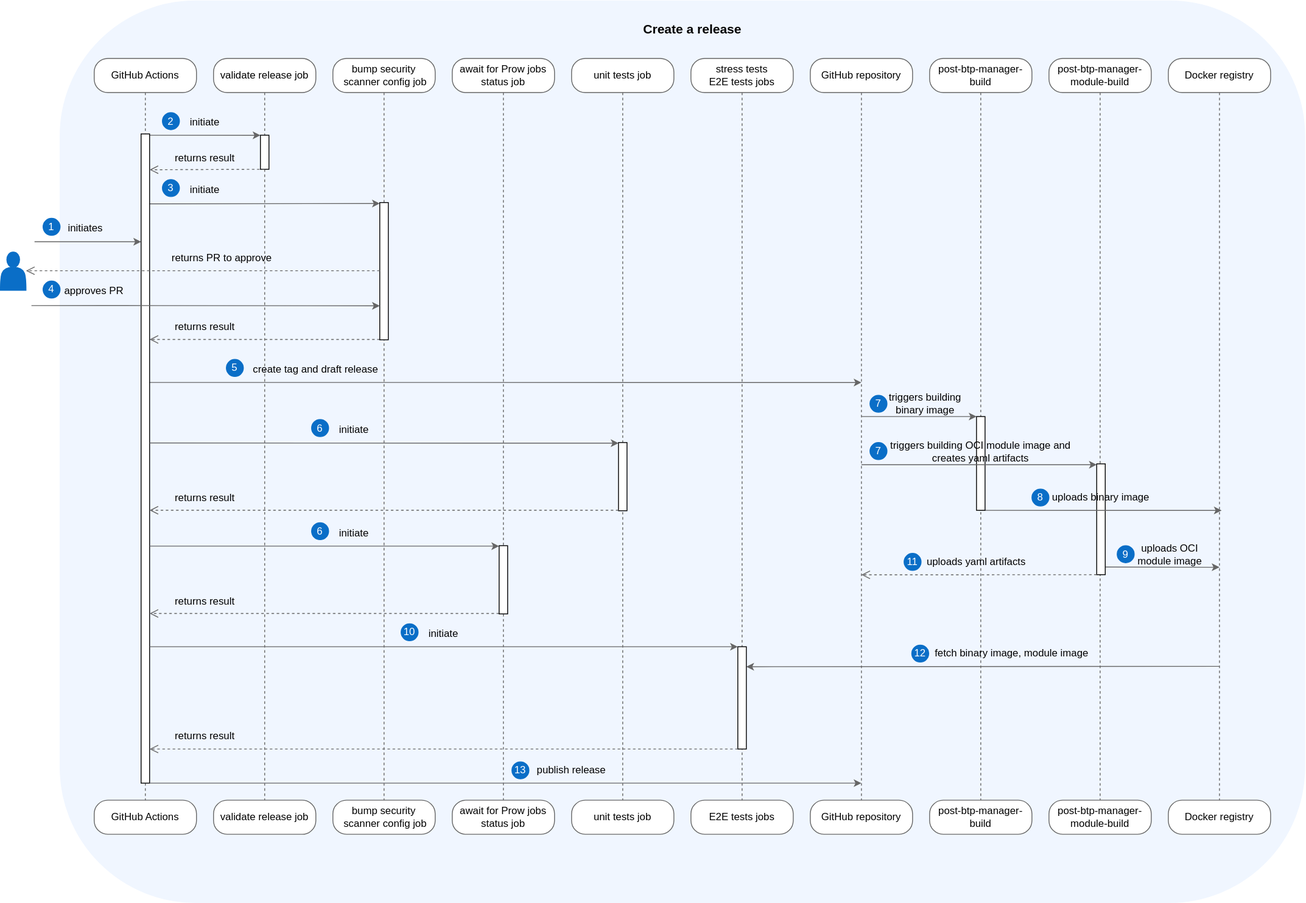
This is docs/assets/release.svg from kyma-project/btp-manager, a draw.io export, as it was before one commit. Source tidied: cells renumbered, new cells last; positions are measured from the earlier drawing's top-left corner, leaving out a move shared by most shapes.
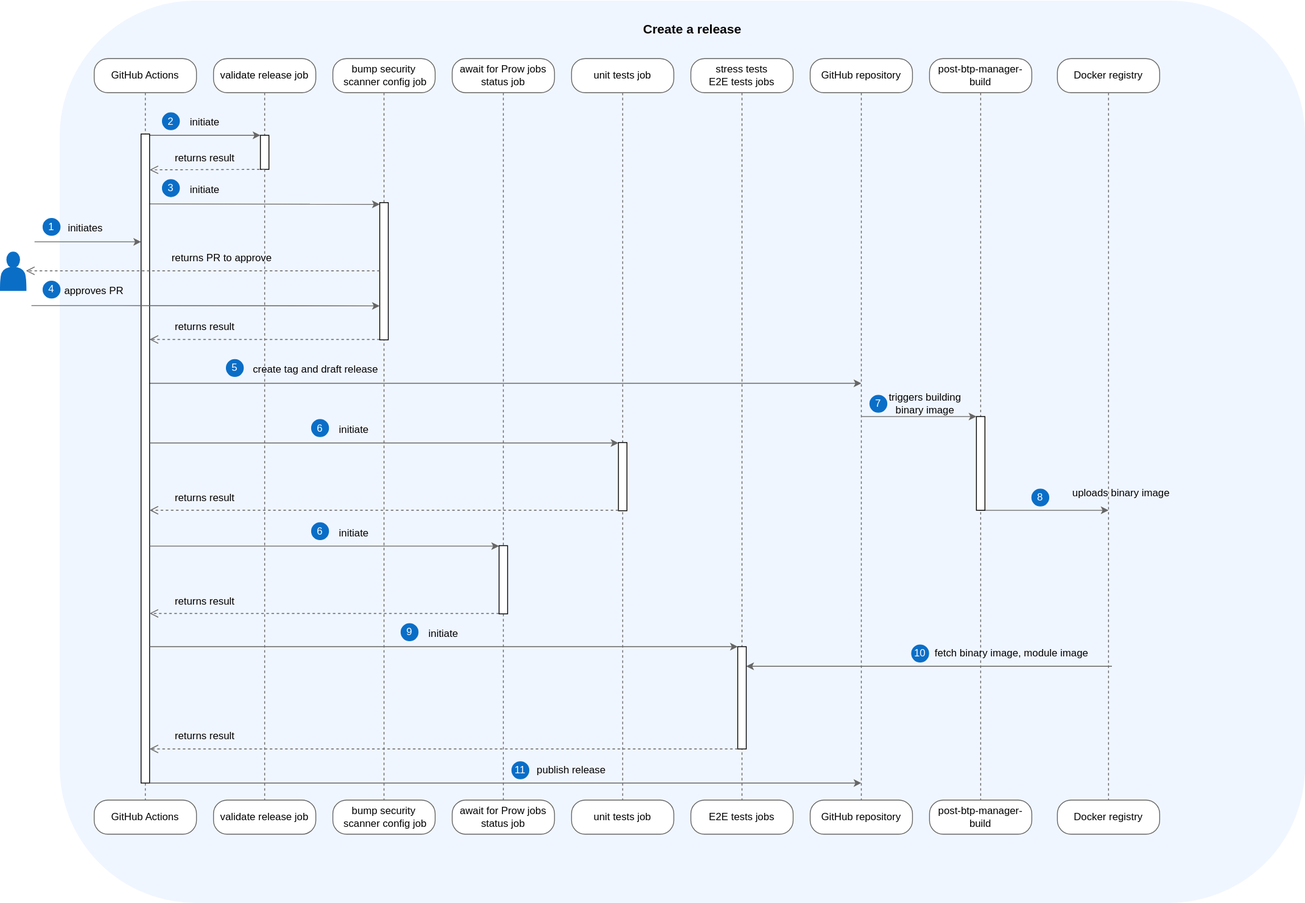
The same diagram one commit later.

What changed in the source:
```diff
@@ -8,18 +8,6 @@
     <mxCell id="3" style="edgeStyle=orthogonalEdgeStyle;html=1;verticalAlign=bottom;endArrow=none;endSize=8;strokeColor=#666666;rounded=1;endFill=0;dashed=1;entryX=0.5;entryY=0;entryDx=0;entryDy=0;" parent="1" edge="1" source="10" target="11">
       <mxGeometry relative="1" as="geometry" />
     </mxCell>
-    <mxCell id="4" style="edgeStyle=orthogonalEdgeStyle;html=1;verticalAlign=bottom;endArrow=none;endSize=8;strokeColor=#666666;rounded=1;entryX=0.5;entryY=0;entryDx=0;entryDy=0;endFill=0;dashed=1;" parent="1" edge="1" source="20" target="21">
-      <mxGeometry relative="1" as="geometry" />
-    </mxCell>
-    <mxCell id="5" style="edgeStyle=elbowEdgeStyle;rounded=1;orthogonalLoop=1;jettySize=auto;html=1;elbow=vertical;strokeColor=#666666;" parent="1" edge="1">
-      <mxGeometry relative="1" as="geometry">
-        <mxPoint x="1296" y="664.5" as="sourcePoint" />
-        <mxPoint x="1430" y="664.5" as="targetPoint" />
-      </mxGeometry>
-    </mxCell>
-    <mxCell id="6" style="html=1;perimeter=orthogonalPerimeter;targetShapes=umlLifeline;newEdgeStyle={&quot;edgeStyle&quot;:&quot;elbowEdgeStyle&quot;,&quot;elbow&quot;:&quot;vertical&quot;,&quot;curved&quot;:0,&quot;rounded&quot;:0};" parent="1" vertex="1">
-      <mxGeometry x="1286" y="543.5" width="10" height="130" as="geometry" />
-    </mxCell>
     <mxCell id="7" style="shape=actor;whiteSpace=wrap;html=1;fillColor=#0a6ec7;strokeColor=#0a6ec7;" parent="1" vertex="1">
       <mxGeometry y="295" width="30" height="45" as="geometry" />
     </mxCell>
@@ -59,17 +47,11 @@
     <mxCell id="19" value="post-btp-manager-build" style="rounded=1;whiteSpace=wrap;html=1;arcSize=40;fontColor=#000000;fillColor=#FFFFFF;strokeColor=#666666;" parent="1" vertex="1">
       <mxGeometry x="1090" y="938" width="120" height="40" as="geometry" />
     </mxCell>
-    <mxCell id="20" value="post-btp-manager-module-build" style="rounded=1;whiteSpace=wrap;html=1;arcSize=40;fontColor=#000000;fillColor=#FFFFFF;strokeColor=#666666;" parent="1" vertex="1">
-      <mxGeometry x="1230" y="68" width="120" height="40" as="geometry" />
-    </mxCell>
-    <mxCell id="21" value="post-btp-manager-module-build" style="rounded=1;whiteSpace=wrap;html=1;arcSize=40;fontColor=#000000;fillColor=#FFFFFF;strokeColor=#666666;" parent="1" vertex="1">
-      <mxGeometry x="1230" y="938" width="120" height="40" as="geometry" />
-    </mxCell>
     <mxCell id="22" value="Docker registry" style="rounded=1;whiteSpace=wrap;html=1;arcSize=40;fontColor=#000000;fillColor=#FFFFFF;strokeColor=#666666;" parent="1" vertex="1">
-      <mxGeometry x="1370" y="68" width="120" height="40" as="geometry" />
+      <mxGeometry x="1240" y="68" width="120" height="40" as="geometry" />
     </mxCell>
     <mxCell id="23" value="Docker registry" style="rounded=1;whiteSpace=wrap;html=1;arcSize=40;fontColor=#000000;fillColor=#FFFFFF;strokeColor=#666666;" parent="1" vertex="1">
-      <mxGeometry x="1370" y="938" width="120" height="40" as="geometry" />
+      <mxGeometry x="1240" y="938" width="120" height="40" as="geometry" />
     </mxCell>
     <mxCell id="24" style="edgeStyle=elbowEdgeStyle;rounded=1;jettySize=auto;html=1;elbow=vertical;strokeColor=#666666;" parent="1" edge="1" target="55">
       <mxGeometry relative="1" as="geometry">
@@ -97,7 +79,7 @@
     <mxCell id="28" style="edgeStyle=elbowEdgeStyle;rounded=1;orthogonalLoop=1;jettySize=auto;html=1;elbow=vertical;strokeColor=#666666;" parent="1" edge="1">
       <mxGeometry relative="1" as="geometry">
         <mxPoint x="1147.5" y="598" as="sourcePoint" />
-        <mxPoint x="1432.5" y="598" as="targetPoint" />
+        <mxPoint x="1300" y="598" as="targetPoint" />
       </mxGeometry>
     </mxCell>
     <mxCell id="29" style="html=1;points=[];perimeter=orthogonalPerimeter;outlineConnect=0;targetShapes=umlLifeline;portConstraint=eastwest;newEdgeStyle={&quot;edgeStyle&quot;:&quot;elbowEdgeStyle&quot;,&quot;elbow&quot;:&quot;vertical&quot;,&quot;curved&quot;:0,&quot;rounded&quot;:0};" parent="1" vertex="1">
@@ -114,25 +96,8 @@
     <mxCell id="31" value="triggers building binary image" style="text;html=1;strokeColor=none;fillColor=none;align=center;verticalAlign=middle;whiteSpace=wrap;rounded=0;" parent="1" vertex="1">
       <mxGeometry x="1030" y="458" width="110" height="30" as="geometry" />
     </mxCell>
-    <mxCell id="32" value="triggers building OCI module image and creates yaml artifacts" style="text;html=1;strokeColor=none;fillColor=none;align=center;verticalAlign=middle;whiteSpace=wrap;rounded=0;" parent="1" vertex="1">
-      <mxGeometry x="1030" y="513.5" width="240" height="30" as="geometry" />
-    </mxCell>
-    <mxCell id="33" style="html=1;verticalAlign=bottom;endArrow=open;dashed=1;endSize=8;edgeStyle=elbowEdgeStyle;elbow=vertical;rounded=1;strokeColor=#666666;" parent="1" edge="1">
-      <mxGeometry x="0.35" y="-20" relative="1" as="geometry">
-        <mxPoint x="1286" y="673.5" as="sourcePoint" />
-        <mxPoint x="1010" y="673.5" as="targetPoint" />
-      </mxGeometry>
-    </mxCell>
-    <mxCell id="34" value="uploads yaml artifacts" style="text;html=1;strokeColor=none;fillColor=none;align=center;verticalAlign=middle;whiteSpace=wrap;rounded=0;" parent="1" vertex="1">
-      <mxGeometry x="1080" y="643.5" width="130" height="30" as="geometry" />
-    </mxCell>
-    <mxCell id="35" value="uploads OCI module image" style="text;html=1;strokeColor=none;fillColor=none;align=center;verticalAlign=middle;whiteSpace=wrap;rounded=0;" parent="1" vertex="1">
-      <mxGeometry x="1320" y="634.5" width="104" height="30" as="geometry" />
-    </mxCell>
-    <mxCell id="36" style="edgeStyle=elbowEdgeStyle;rounded=1;jettySize=auto;html=1;elbow=vertical;strokeColor=#666666;" parent="1" edge="1" target="89">
-      <mxGeometry relative="1" as="geometry">
-        <mxPoint x="1430" y="781" as="sourcePoint" />
-      </mxGeometry>
+    <mxCell id="36" style="edgeStyle=elbowEdgeStyle;rounded=1;jettySize=auto;html=1;elbow=vertical;strokeColor=#666666;exitX=1;exitY=1;exitDx=0;exitDy=0;" parent="1" edge="1" source="40" target="89">
+      <mxGeometry relative="1" as="geometry" />
     </mxCell>
     <mxCell id="37" style="edgeStyle=elbowEdgeStyle;rounded=1;jettySize=auto;html=1;elbow=vertical;strokeColor=#666666;" parent="1" edge="1" target="63">
       <mxGeometry relative="1" as="geometry">
@@ -153,19 +118,10 @@
     <mxCell id="40" value="fetch binary image, module image" style="text;html=1;strokeColor=none;fillColor=none;align=center;verticalAlign=middle;whiteSpace=wrap;rounded=0;" parent="1" vertex="1">
       <mxGeometry x="1069" y="751" width="235" height="30" as="geometry" />
     </mxCell>
-    <mxCell id="41" style="edgeStyle=elbowEdgeStyle;rounded=1;orthogonalLoop=1;jettySize=auto;html=1;elbow=vertical;strokeColor=#666666;" parent="1" edge="1">
-      <mxGeometry relative="1" as="geometry">
-        <mxPoint x="1010" y="544.5" as="sourcePoint" />
-        <mxPoint x="1286" y="544.5" as="targetPoint" />
-        <Array as="points">
-          <mxPoint x="1270" y="544.5" />
-        </Array>
-      </mxGeometry>
-    </mxCell>
     <mxCell id="42" value="uploads binary image" style="text;html=1;strokeColor=none;fillColor=none;align=center;verticalAlign=middle;whiteSpace=wrap;rounded=0;" parent="1" vertex="1">
-      <mxGeometry x="1216" y="568" width="150" height="30" as="geometry" />
+      <mxGeometry x="1240" y="563" width="150" height="30" as="geometry" />
     </mxCell>
-    <mxCell id="43" value="&lt;font color=&quot;#ffffff&quot;&gt;12&lt;/font&gt;" style="ellipse;whiteSpace=wrap;html=1;fillColor=#0a6ec7;strokeColor=#0a6ec7;" parent="1" vertex="1">
+    <mxCell id="43" value="&lt;font color=&quot;#ffffff&quot;&gt;10&lt;/font&gt;" style="ellipse;whiteSpace=wrap;html=1;fillColor=#0a6ec7;strokeColor=#0a6ec7;" parent="1" vertex="1">
       <mxGeometry x="1069" y="756" width="20" height="20" as="geometry" />
     </mxCell>
     <mxCell id="44" value="initiate" style="text;html=1;strokeColor=none;fillColor=none;align=center;verticalAlign=middle;whiteSpace=wrap;rounded=0;" parent="1" vertex="1">
@@ -174,21 +130,12 @@
     <mxCell id="45" value="&lt;font color=&quot;#ffffff&quot;&gt;3&lt;/font&gt;" style="ellipse;whiteSpace=wrap;html=1;fillColor=#0a6ec7;strokeColor=#0a6ec7;" parent="1" vertex="1">
       <mxGeometry x="190" y="210" width="20" height="20" as="geometry" />
     </mxCell>
-    <mxCell id="46" value="&lt;font color=&quot;#ffffff&quot;&gt;7&lt;/font&gt;" style="ellipse;whiteSpace=wrap;html=1;fillColor=#0a6ec7;strokeColor=#0a6ec7;" parent="1" vertex="1">
-      <mxGeometry x="1020" y="518.5" width="20" height="20" as="geometry" />
-    </mxCell>
     <mxCell id="47" value="&lt;font color=&quot;#ffffff&quot;&gt;7&lt;/font&gt;" style="ellipse;whiteSpace=wrap;html=1;fillColor=#0a6ec7;strokeColor=#0a6ec7;" parent="1" vertex="1">
       <mxGeometry x="1020" y="463" width="20" height="20" as="geometry" />
     </mxCell>
     <mxCell id="48" value="&lt;font color=&quot;#ffffff&quot;&gt;8&lt;/font&gt;" style="ellipse;whiteSpace=wrap;html=1;fillColor=#0a6ec7;strokeColor=#0a6ec7;" parent="1" vertex="1">
       <mxGeometry x="1210" y="573" width="20" height="20" as="geometry" />
     </mxCell>
-    <mxCell id="49" value="&lt;font color=&quot;#ffffff&quot;&gt;9&lt;/font&gt;" style="ellipse;whiteSpace=wrap;html=1;fillColor=#0a6ec7;strokeColor=#0a6ec7;" parent="1" vertex="1">
-      <mxGeometry x="1310" y="639.5" width="20" height="20" as="geometry" />
-    </mxCell>
-    <mxCell id="50" value="&lt;font color=&quot;#ffffff&quot;&gt;11&lt;/font&gt;" style="ellipse;whiteSpace=wrap;html=1;fillColor=#0a6ec7;strokeColor=#0a6ec7;" parent="1" vertex="1">
-      <mxGeometry x="1060" y="648.5" width="20" height="20" as="geometry" />
-    </mxCell>
     <mxCell id="51" value="validate release job" style="rounded=1;whiteSpace=wrap;html=1;arcSize=40;fontColor=#000000;fillColor=#FFFFFF;strokeColor=#666666;" parent="1" vertex="1">
       <mxGeometry x="250" y="68" width="120" height="40" as="geometry" />
     </mxCell>
@@ -354,7 +301,7 @@
     <mxCell id="91" value="initiate" style="text;html=1;strokeColor=none;fillColor=none;align=center;verticalAlign=middle;whiteSpace=wrap;rounded=0;" parent="1" vertex="1">
       <mxGeometry x="490" y="728" width="60" height="30" as="geometry" />
     </mxCell>
-    <mxCell id="92" value="&lt;font color=&quot;#ffffff&quot;&gt;10&lt;/font&gt;" style="ellipse;whiteSpace=wrap;html=1;fillColor=#0a6ec7;strokeColor=#0a6ec7;" parent="1" vertex="1">
+    <mxCell id="92" value="&lt;font color=&quot;#ffffff&quot;&gt;9&lt;/font&gt;" style="ellipse;whiteSpace=wrap;html=1;fillColor=#0a6ec7;strokeColor=#0a6ec7;" parent="1" vertex="1">
       <mxGeometry x="470" y="731" width="20" height="20" as="geometry" />
     </mxCell>
     <mxCell id="93" style="html=1;verticalAlign=bottom;endArrow=open;endSize=8;edgeStyle=elbowEdgeStyle;elbow=vertical;rounded=1;dashed=1;strokeColor=#666666;" parent="1" edge="1" source="89" target="57">
@@ -379,7 +326,7 @@
     <mxCell id="96" value="publish release" style="text;html=1;strokeColor=none;fillColor=none;align=center;verticalAlign=middle;whiteSpace=wrap;rounded=0;" parent="1" vertex="1">
       <mxGeometry x="615" y="888" width="110" height="30" as="geometry" />
     </mxCell>
-    <mxCell id="97" value="&lt;font color=&quot;#ffffff&quot;&gt;13&lt;/font&gt;" style="ellipse;whiteSpace=wrap;html=1;fillColor=#0a6ec7;strokeColor=#0a6ec7;" parent="1" vertex="1">
+    <mxCell id="97" value="&lt;font color=&quot;#ffffff&quot;&gt;11&lt;/font&gt;" style="ellipse;whiteSpace=wrap;html=1;fillColor=#0a6ec7;strokeColor=#0a6ec7;" parent="1" vertex="1">
       <mxGeometry x="600" y="893" width="20" height="20" as="geometry" />
     </mxCell>
     <mxCell id="98" value="await for Prow jobs status job" style="rounded=1;whiteSpace=wrap;html=1;arcSize=40;fontColor=#000000;fillColor=#FFFFFF;strokeColor=#666666;" parent="1" vertex="1">
```
